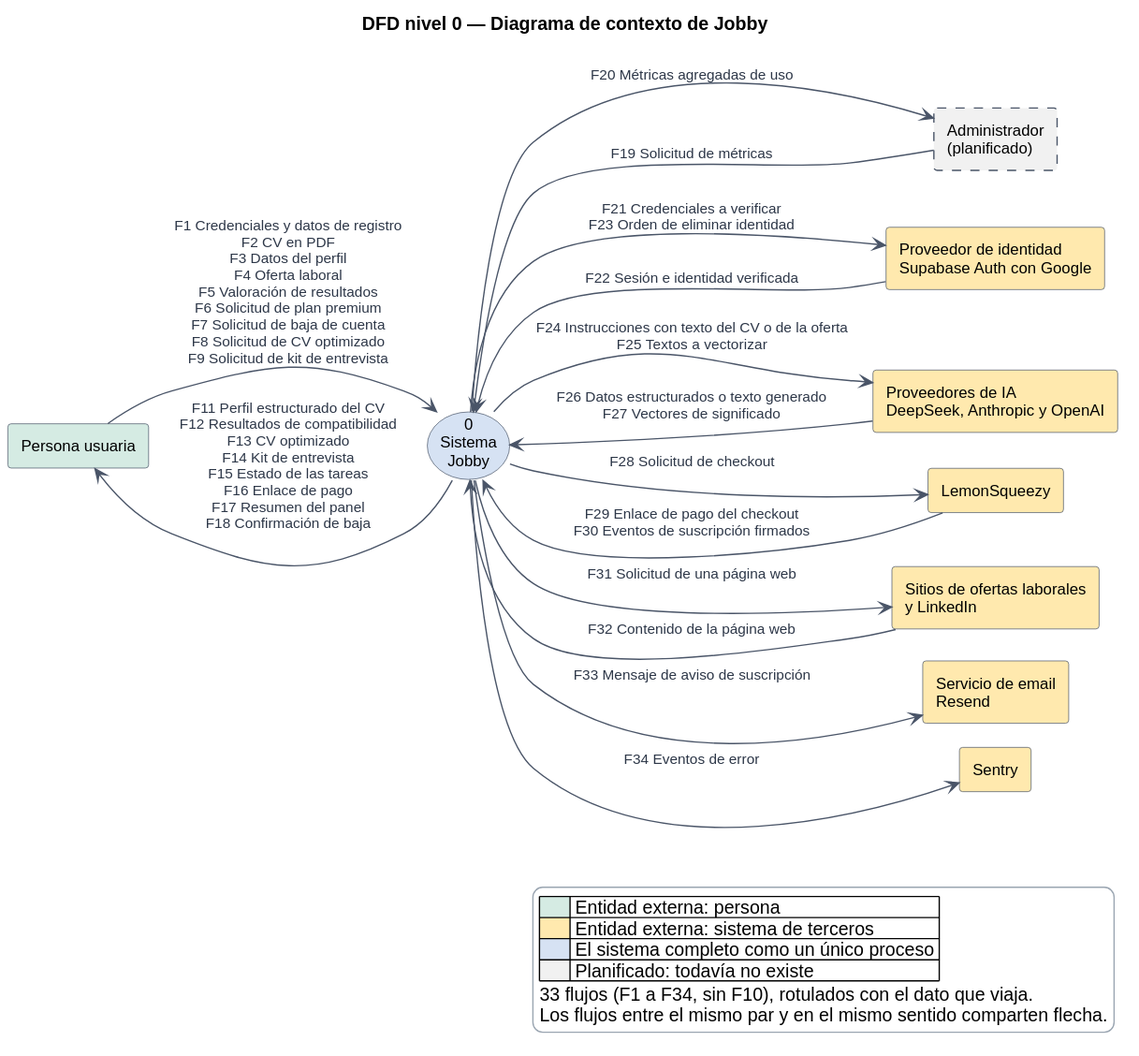
The PlantUML diagram docs/diagramas/dfd-nivel-0.svg in Buatishi/Jobby, before a commit. Source of this version:
```plantuml
@startuml
!pragma layout smetana
left to right direction
skinparam shadowing false
skinparam defaultFontName Arial
skinparam defaultFontSize 12
skinparam ArrowColor #4A5568
skinparam ArrowFontSize 11
skinparam ArrowFontColor #2D3748
skinparam RectangleBorderColor #4A5568
skinparam UsecaseBorderColor #4A5568
skinparam legendBackgroundColor #FFFFFF
skinparam legendBorderColor #9AA5B1

title DFD nivel 0 — Diagrama de contexto de Jobby

rectangle "Persona usuaria" as U #D5EBE3
rectangle "Administrador\n(planificado)" as A #F1F1F1;line.dashed
usecase "0\nSistema\nJobby" as P #D6E2F3
rectangle "Proveedor de identidad\nSupabase Auth con Google" as ID #FFE9AE
rectangle "Proveedores de IA\nDeepSeek, Anthropic y OpenAI" as IA #FFE9AE
rectangle "LemonSqueezy" as LS #FFE9AE
rectangle "Sitios de ofertas laborales\ny LinkedIn" as W #FFE9AE
rectangle "Servicio de email\nResend" as EM #FFE9AE
rectangle "Sentry" as SE #FFE9AE

U --> P : F1 Credenciales y datos de registro\nF2 CV en PDF\nF3 Datos del perfil\nF4 Oferta laboral\nF5 Valoración de resultados\nF6 Solicitud de plan premium\nF7 Solicitud de baja de cuenta\nF8 Solicitud de CV optimizado\nF9 Solicitud de kit de entrevista
P --> U : F11 Perfil estructurado del CV\nF12 Resultados de compatibilidad\nF13 CV optimizado\nF14 Kit de entrevista\nF15 Estado de las tareas\nF16 Enlace de pago\nF17 Resumen del panel\nF18 Confirmación de baja
A --> P : F19 Solicitud de métricas
P --> A : F20 Métricas agregadas de uso
P --> ID : F21 Credenciales a verificar\nF23 Orden de eliminar identidad
ID --> P : F22 Sesión e identidad verificada
P --> IA : F24 Instrucciones con texto del CV o de la oferta\nF25 Textos a vectorizar
IA --> P : F26 Datos estructurados o texto generado\nF27 Vectores de significado
P --> LS : F28 Solicitud de checkout
LS --> P : F29 Enlace de pago del checkout\nF30 Eventos de suscripción firmados
P --> W : F31 Solicitud de una página web
W --> P : F32 Contenido de la página web
P --> EM : F33 Mensaje de aviso de suscripción
P --> SE : F34 Eventos de error

legend right
  |<#D5EBE3>      | Entidad externa: persona |
  |<#FFE9AE>      | Entidad externa: sistema de terceros |
  |<#D6E2F3>      | El sistema completo como un único proceso |
  |<#F1F1F1>      | Planificado: todavía no existe |
  33 flujos (F1 a F34, sin F10), rotulados con el dato que viaja.
  Los flujos entre el mismo par y en el mismo sentido comparten flecha.
endlegend
@enduml
```
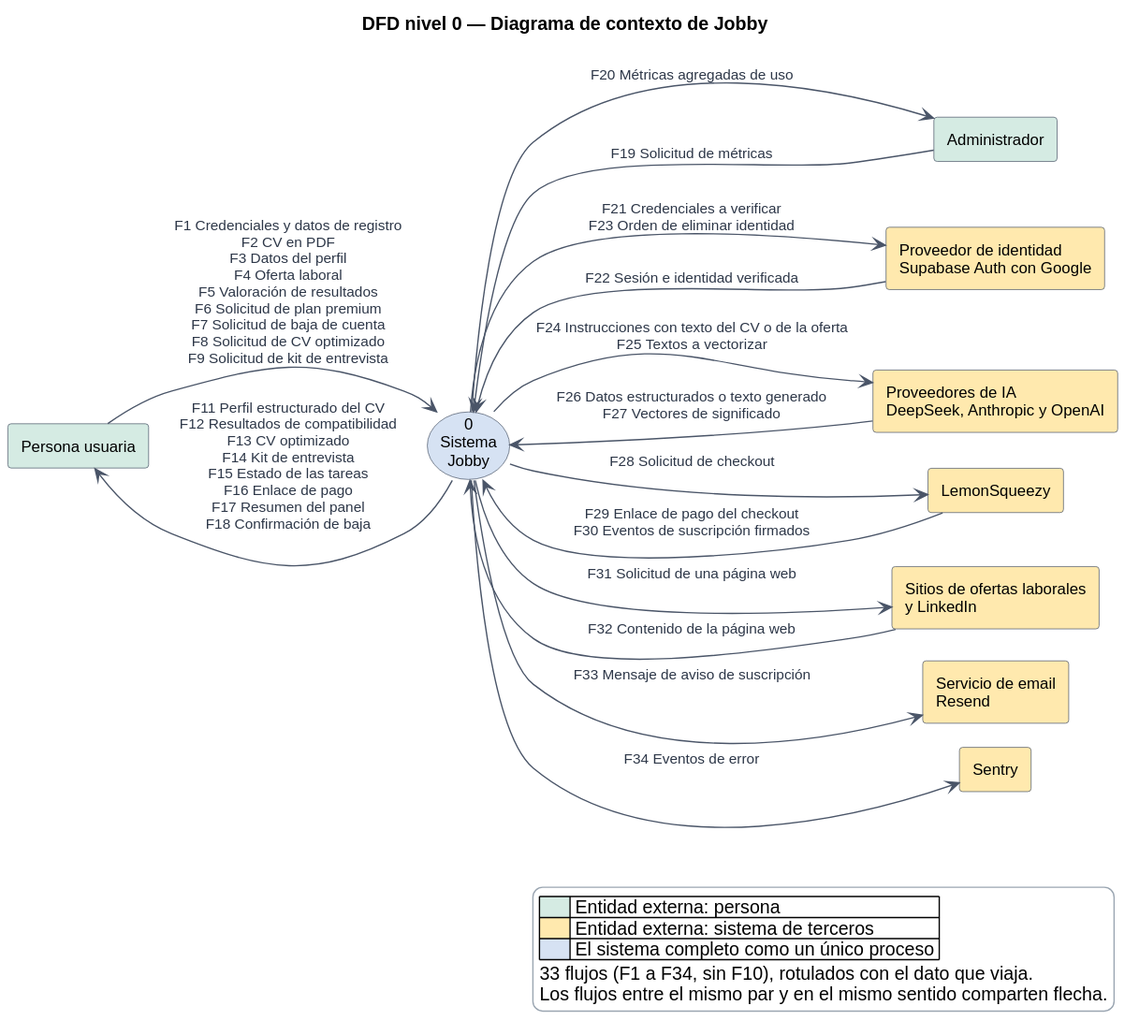
Above is the later version.

Change to the diagram source:
```diff
@@ -15,7 +15,7 @@
 title DFD nivel 0 — Diagrama de contexto de Jobby
 
 rectangle "Persona usuaria" as U #D5EBE3
-rectangle "Administrador\n(planificado)" as A #F1F1F1;line.dashed
+rectangle "Administrador" as A #D5EBE3
 usecase "0\nSistema\nJobby" as P #D6E2F3
 rectangle "Proveedor de identidad\nSupabase Auth con Google" as ID #FFE9AE
 rectangle "Proveedores de IA\nDeepSeek, Anthropic y OpenAI" as IA #FFE9AE
@@ -43,7 +43,6 @@
   |<#D5EBE3>      | Entidad externa: persona |
   |<#FFE9AE>      | Entidad externa: sistema de terceros |
   |<#D6E2F3>      | El sistema completo como un único proceso |
-  |<#F1F1F1>      | Planificado: todavía no existe |
   33 flujos (F1 a F34, sin F10), rotulados con el dato que viaja.
   Los flujos entre el mismo par y en el mismo sentido comparten flecha.
 endlegend
```
